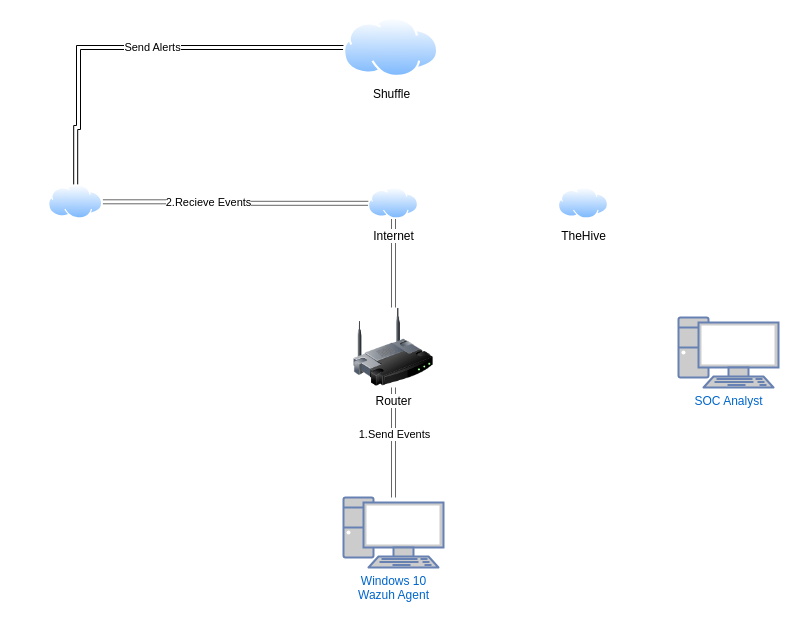
Above: Untitled Diagram.drawio in ElApostador/ElApostador (draw.io), before the change. Source tidied: cells renumbered, new cells numbered last; positions are measured from the earlier drawing's top-left corner, leaving out a move shared by most shapes. Both pictures are drawn from the tidied source at 100%, with x=0, y=0 at pixel (48, 17).
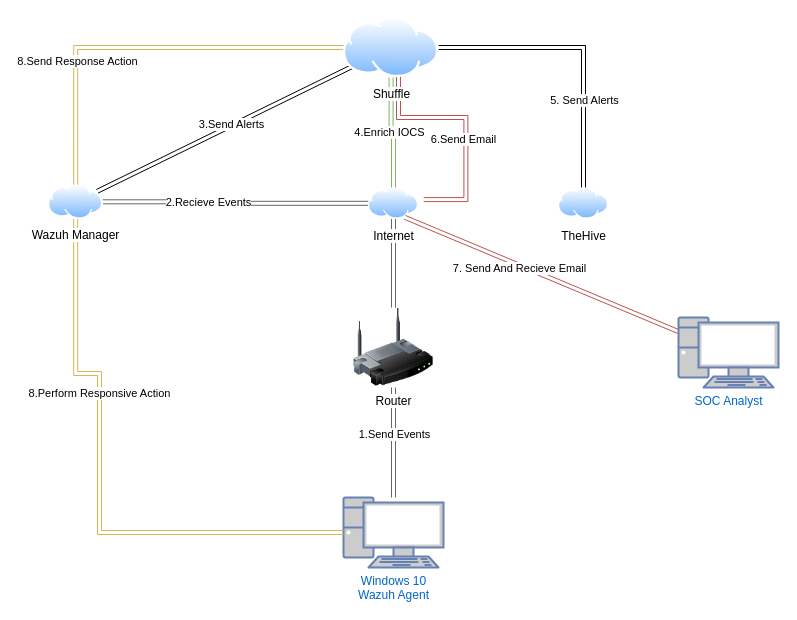
The same diagram, later.

Unchanged cells that the change refers to:
```xml
<mxCell id="4" value="&lt;div&gt;Windows 10&lt;/div&gt;&lt;div&gt;Wazuh Agent&lt;br&gt;&lt;/div&gt;" style="fontColor=#0066CC;verticalAlign=top;verticalLabelPosition=bottom;labelPosition=center;align=center;html=1;outlineConnect=0;fillColor=#CCCCCC;strokeColor=#6881B3;gradientColor=none;gradientDirection=north;strokeWidth=2;shape=mxgraph.networks.pc;" parent="1" vertex="1">
  <mxGeometry x="295" y="480" width="100" height="70" as="geometry" />
</mxCell>
<mxCell id="9" value="Internet" style="image;perimeter=ellipsePerimeter;html=1;align=center;shadow=0;dashed=0;spacingTop=3;image=img/lib/active_directory/internet_cloud.svg;" parent="1" vertex="1">
  <mxGeometry x="320" y="170" width="50" height="31.5" as="geometry" />
</mxCell>
<mxCell id="13" value="TheHive" style="image;perimeter=ellipsePerimeter;html=1;align=center;shadow=0;dashed=0;spacingTop=3;image=img/lib/active_directory/internet_cloud.svg;" parent="1" vertex="1">
  <mxGeometry x="510" y="170" width="50" height="31.5" as="geometry" />
</mxCell>
<mxCell id="14" value="SOC Analyst" style="fontColor=#0066CC;verticalAlign=top;verticalLabelPosition=bottom;labelPosition=center;align=center;html=1;outlineConnect=0;fillColor=#CCCCCC;strokeColor=#6881B3;gradientColor=none;gradientDirection=north;strokeWidth=2;shape=mxgraph.networks.pc;" parent="1" vertex="1">
  <mxGeometry x="630" y="300" width="100" height="70" as="geometry" />
</mxCell>
<mxCell id="15" value="Shuffle" style="image;perimeter=ellipsePerimeter;html=1;align=center;shadow=0;dashed=0;spacingTop=3;image=img/lib/active_directory/internet_cloud.svg;" parent="1" vertex="1">
  <mxGeometry x="295" width="95.2" height="60" as="geometry" />
</mxCell>
```

What changed in the source:
```diff
@@
-    <mxCell id="10" style="edgeStyle=orthogonalEdgeStyle;rounded=0;jettySize=auto;html=1;shape=link;" parent="1" edge="1" source="12" target="15">
-      <mxGeometry relative="1" as="geometry">
-        <Array as="points">
-          <mxPoint x="27" y="110" />
-          <mxPoint x="30" y="110" />
-          <mxPoint x="30" y="30" />
-        </Array>
-      </mxGeometry>
+    <mxCell id="10" style="rounded=0;jettySize=auto;html=1;shape=link;" parent="1" edge="1" source="12" target="15">
+      <mxGeometry relative="1" as="geometry" />
     </mxCell>
-    <mxCell id="11" value="Send Alerts" style="edgeLabel;html=1;align=center;verticalAlign=middle;" parent="10" vertex="1">
+    <mxCell id="11" value="3.Send Alerts" style="edgeLabel;html=1;align=center;verticalAlign=middle;" parent="10" vertex="1">
       <mxGeometry x="0.05" y="1" relative="1" as="geometry" />
     </mxCell>
+    <mxCell id="16" style="edgeStyle=orthogonalEdgeStyle;rounded=0;jettySize=auto;html=1;fillColor=#fff2cc;strokeColor=#d6b656;shape=link;" parent="1" edge="1" source="12" target="4">
+      <mxGeometry relative="1" as="geometry">
+        <Array as="points">
+          <mxPoint x="27" y="356" />
+          <mxPoint x="51" y="356" />
+          <mxPoint x="51" y="515" />
+        </Array>
+      </mxGeometry>
+    </mxCell>
+    <mxCell id="17" value="8.Perform Responsive Action" style="edgeLabel;html=1;align=center;verticalAlign=middle;" parent="16" vertex="1">
+      <mxGeometry x="-0.32" y="-1" relative="1" as="geometry" />
+    </mxCell>
-    <mxCell id="12" style="image;perimeter=ellipsePerimeter;html=1;align=center;shadow=0;dashed=0;spacingTop=3;image=img/lib/active_directory/internet_cloud.svg;" parent="1" vertex="1">
+    <mxCell id="12" value="Wazuh Manager" style="image;perimeter=ellipsePerimeter;html=1;align=center;shadow=0;dashed=0;spacingTop=3;image=img/lib/active_directory/internet_cloud.svg;" parent="1" vertex="1">
       <mxGeometry y="167.2" width="54.4" height="34.2" as="geometry" />
     </mxCell>
@@
+    <mxCell id="18" style="rounded=0;jettySize=auto;html=1;entryX=0.75;entryY=1;entryDx=0;entryDy=0;shape=link;fillColor=#f8cecc;strokeColor=#b85450;" parent="1" edge="1" source="14" target="9">
+      <mxGeometry relative="1" as="geometry" />
+    </mxCell>
+    <mxCell id="19" value="7. Send And Recieve Email" style="edgeLabel;html=1;align=center;verticalAlign=middle;" parent="18" vertex="1">
+      <mxGeometry x="0.52" y="1" relative="1" as="geometry">
+        <mxPoint x="49" y="22" as="offset" />
+      </mxGeometry>
+    </mxCell>
@@
+    <mxCell id="20" style="edgeStyle=orthogonalEdgeStyle;rounded=0;jettySize=auto;html=1;shape=link;fillColor=#d5e8d4;strokeColor=#82b366;" parent="1" edge="1" source="15" target="9">
+      <mxGeometry relative="1" as="geometry" />
+    </mxCell>
+    <mxCell id="21" value="4.Enrich IOCS" style="edgeLabel;html=1;align=center;verticalAlign=middle;" parent="20" vertex="1">
+      <mxGeometry x="-0.04" y="-2" relative="1" as="geometry" />
+    </mxCell>
+    <mxCell id="22" style="edgeStyle=orthogonalEdgeStyle;rounded=0;jettySize=auto;html=1;entryX=0.5;entryY=0;entryDx=0;entryDy=0;shape=link;" parent="1" edge="1" source="15" target="13">
+      <mxGeometry relative="1" as="geometry" />
+    </mxCell>
+    <mxCell id="23" value="5. Send Alerts" style="edgeLabel;html=1;align=center;verticalAlign=middle;" parent="22" vertex="1">
+      <mxGeometry x="0.38" relative="1" as="geometry" />
+    </mxCell>
+    <mxCell id="24" style="edgeStyle=orthogonalEdgeStyle;rounded=0;orthogonalLoop=1;jettySize=auto;html=1;entryX=1;entryY=0.75;entryDx=0;entryDy=0;shape=link;fillColor=#f8cecc;strokeColor=#b85450;" parent="1" edge="1">
+      <mxGeometry relative="1" as="geometry">
+        <mxPoint x="350" y="50" as="sourcePoint" />
+        <mxPoint x="375.2" y="182.1" as="targetPoint" />
+        <Array as="points">
+          <mxPoint x="350.4" y="100" />
+          <mxPoint x="417.4" y="100" />
+          <mxPoint x="417.4" y="182" />
+        </Array>
+      </mxGeometry>
+    </mxCell>
+    <mxCell id="25" value="6.Send Email" style="edgeLabel;html=1;align=center;verticalAlign=middle;" parent="24" vertex="1">
+      <mxGeometry x="0.15" y="-3" relative="1" as="geometry" />
+    </mxCell>
+    <mxCell id="26" style="edgeStyle=orthogonalEdgeStyle;rounded=0;jettySize=auto;html=1;shape=link;fillColor=#fff2cc;strokeColor=#d6b656;" parent="1" edge="1" source="15" target="12">
+      <mxGeometry relative="1" as="geometry" />
+    </mxCell>
+    <mxCell id="27" value="8.Send Response Action" style="edgeLabel;html=1;align=center;verticalAlign=middle;" parent="26" vertex="1">
+      <mxGeometry x="0.39" y="1" relative="1" as="geometry" />
+    </mxCell>
```
